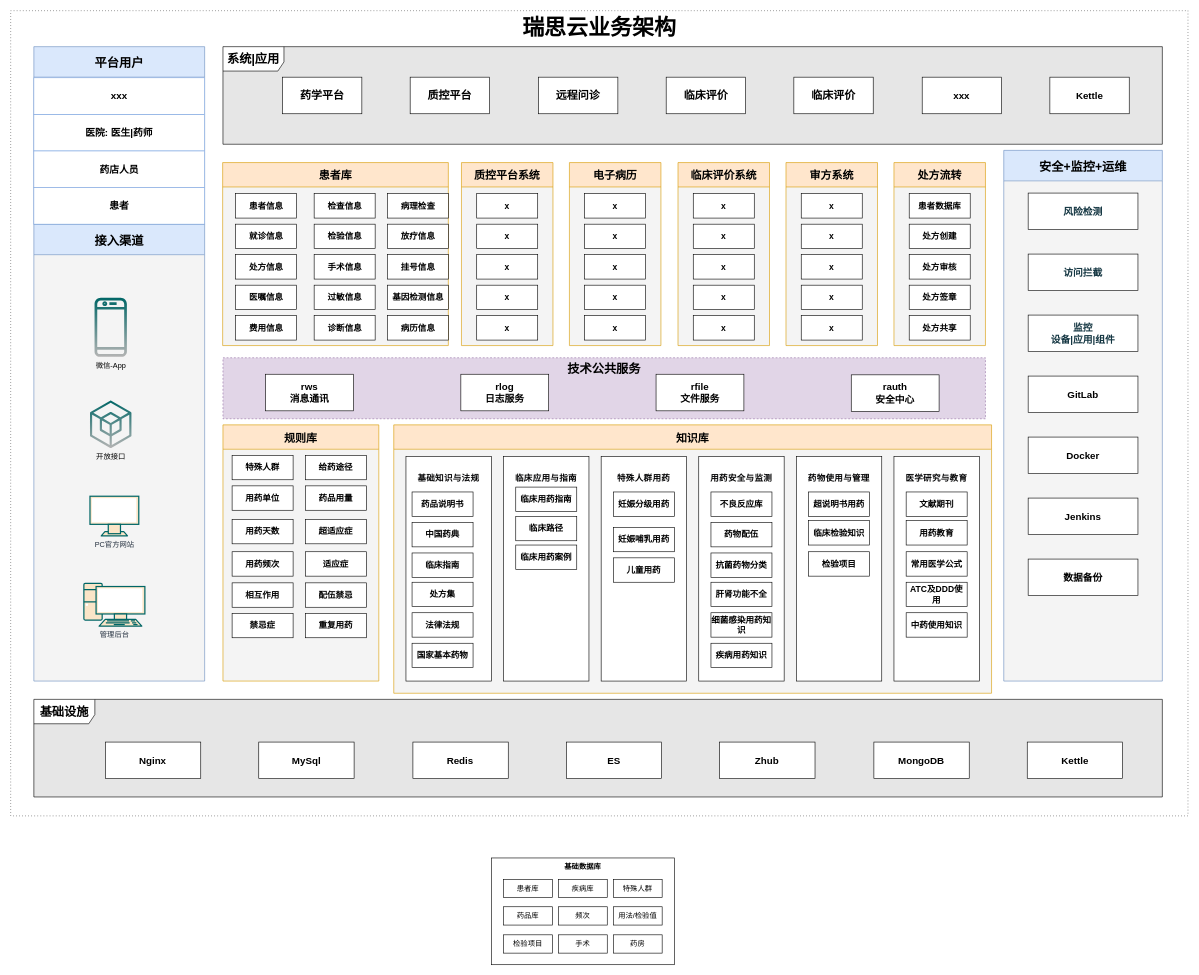
Earlier version of the draw.io diagram 未命名绘图.drawio (tc608/dfile). Source tidied: cells renumbered, new cells numbered last; positions are measured from the earlier drawing's top-left corner, leaving out a move shared by most shapes. Both pictures are drawn from the tidied source at 61%, with x=0, y=0 at pixel (10, 10).
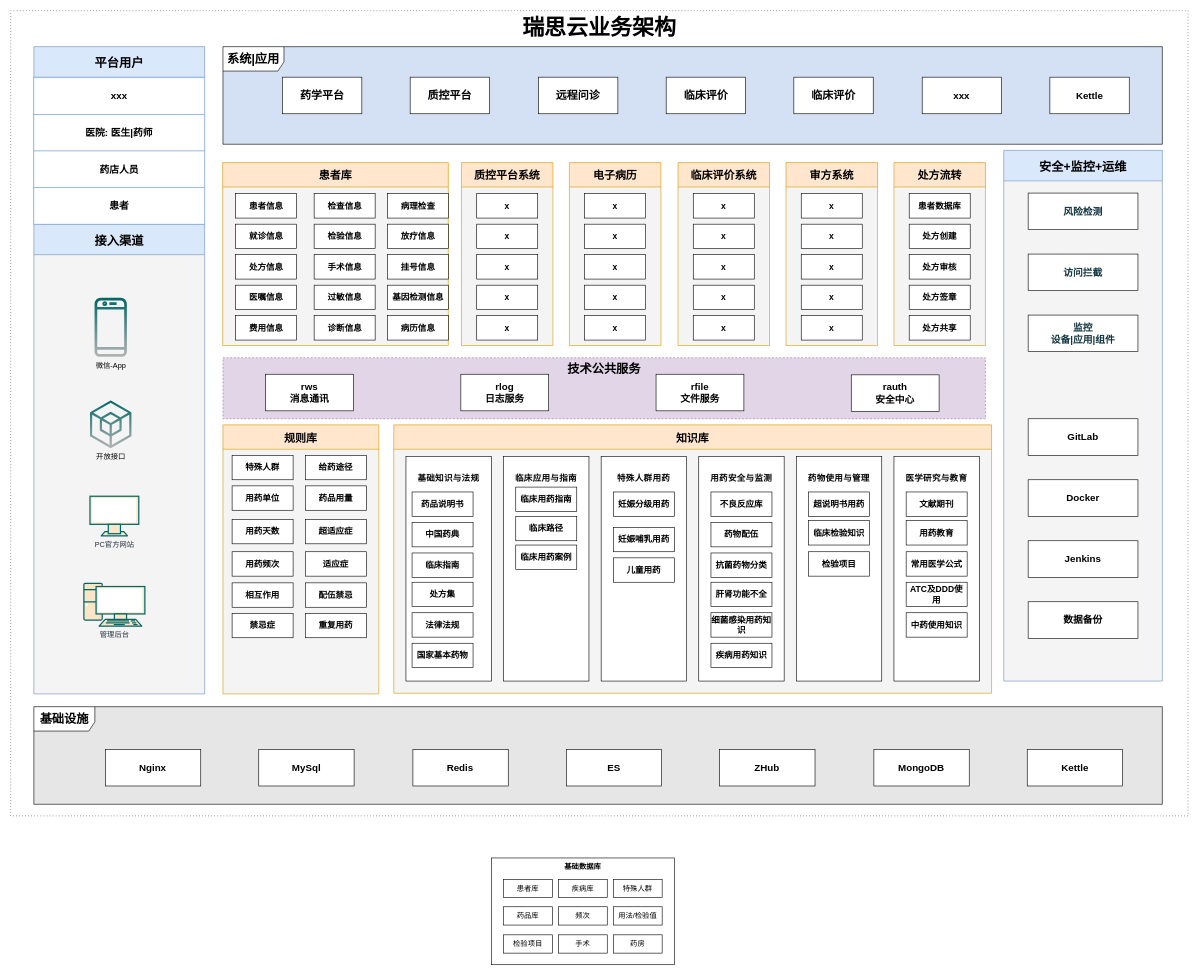
After the change.

Commit message (it also covers changes not shown here):
更新未命名绘图.drawio

Unchanged cells that the change refers to:
```xml
<mxCell id="2" style="group;" parent="1" vertex="1">
  <mxGeometry width="1930" height="1560" as="geometry" />
</mxCell>
<mxCell id="28" style="group;" parent="2" vertex="1">
  <mxGeometry x="348" y="59" width="1540" height="160" as="geometry" />
</mxCell>
<mxCell id="43" style="group;" parent="2" vertex="1">
  <mxGeometry x="1628" y="229" width="260" height="870" as="geometry" />
</mxCell>
<mxCell id="44" value="安全+监控+运维" style="swimlane;fontSize=20;align=center;swimlaneFillColor=#f4f4f4;fillColor=#dae8fc;startSize=50;strokeColor=#6c8ebf;fontStyle=1;" parent="43" vertex="1">
  <mxGeometry width="260" height="870" as="geometry" />
</mxCell>
```

The edit, as a diff of the source:
```diff
@@
     <mxCell id="4" value="接入渠道" style="swimlane;fontSize=20;align=center;swimlaneFillColor=#f4f4f4;fillColor=#dae8fc;startSize=50;strokeColor=#6c8ebf;fontStyle=1;" parent="2" vertex="1">
-      <mxGeometry x="38" y="350" width="280" height="749" as="geometry" />
+      <mxGeometry x="38" y="350" width="280" height="770" as="geometry" />
     </mxCell>
@@
     <mxCell id="19" style="group;" parent="2" vertex="1">
-      <mxGeometry x="38" y="1149" width="1850" height="160" as="geometry" />
+      <mxGeometry x="38" y="1161" width="1850" height="160" as="geometry" />
     </mxCell>
@@
-    <mxCell id="25" value="&lt;b style=&quot;border-color: var(--border-color); font-size: 16px;&quot;&gt;Zhub&lt;/b&gt;" style="whiteSpace=wrap;html=1;fontSize=16;" parent="19" vertex="1">
+    <mxCell id="25" value="&lt;b style=&quot;border-color: var(--border-color); font-size: 16px;&quot;&gt;ZHub&lt;/b&gt;" style="whiteSpace=wrap;html=1;fontSize=16;" parent="19" vertex="1">
       <mxGeometry x="1124.3" y="50" width="156.3" height="60" as="geometry" />
     </mxCell>
@@
-    <mxCell id="29" value="&lt;div style=&quot;text-align: left;&quot;&gt;&lt;b style=&quot;&quot;&gt;&lt;font style=&quot;font-size: 20px;&quot;&gt;系统|应用&lt;/font&gt;&lt;/b&gt;&lt;/div&gt;" style="shape=umlFrame;whiteSpace=wrap;html=1;swimlaneFillColor=#E6E6E6;width=100;height=40;" parent="28" vertex="1">
+    <mxCell id="29" value="&lt;div style=&quot;text-align: left;&quot;&gt;&lt;b style=&quot;&quot;&gt;&lt;font style=&quot;font-size: 20px;&quot;&gt;系统|应用&lt;/font&gt;&lt;/b&gt;&lt;/div&gt;" style="shape=umlFrame;whiteSpace=wrap;html=1;swimlaneFillColor=#D4E1F5;width=100;height=40;" parent="28" vertex="1">
       <mxGeometry width="1540" height="160" as="geometry" />
     </mxCell>
@@
-    <mxCell id="45" value="&lt;font style=&quot;font-size: 16px;&quot;&gt;&lt;span style=&quot;color: rgb(20, 54, 66); font-size: 16px;&quot;&gt;&lt;span style=&quot;font-size: 16px;&quot;&gt;监控&lt;/span&gt;&lt;/span&gt;&lt;br style=&quot;color: rgb(20, 54, 66); font-size: 16px;&quot;&gt;&lt;span style=&quot;color: rgb(20, 54, 66); font-size: 16px;&quot;&gt;设备|应用|组件&lt;/span&gt;&lt;/font&gt;" style="whiteSpace=wrap;html=1;fontSize=16;fontStyle=1;" parent="43" vertex="1">
-      <mxGeometry x="40" y="270" width="180" height="60" as="geometry" />
-    </mxCell>
-    <mxCell id="46" value="&lt;font color=&quot;#143642&quot; style=&quot;font-size: 16px;&quot;&gt;&lt;span style=&quot;font-size: 16px;&quot;&gt;&lt;span style=&quot;font-size: 16px;&quot;&gt;风险检测&lt;br style=&quot;font-size: 16px;&quot;&gt;&lt;/span&gt;&lt;/span&gt;&lt;/font&gt;" style="whiteSpace=wrap;html=1;fontSize=16;fontStyle=1;" parent="43" vertex="1">
-      <mxGeometry x="40" y="70" width="180" height="60" as="geometry" />
-    </mxCell>
-    <mxCell id="47" value="&lt;span style=&quot;color: rgb(20, 54, 66); font-size: 16px;&quot;&gt;&lt;font style=&quot;font-size: 16px;&quot;&gt;&lt;span style=&quot;font-size: 16px;&quot;&gt;访问拦截&lt;/span&gt;&lt;br style=&quot;font-size: 16px;&quot;&gt;&lt;/font&gt;&lt;/span&gt;" style="whiteSpace=wrap;html=1;fontSize=16;fontStyle=1;" parent="43" vertex="1">
-      <mxGeometry x="40" y="170" width="180" height="60" as="geometry" />
-    </mxCell>
-    <mxCell id="48" value="GitLab" style="whiteSpace=wrap;html=1;fontStyle=1;fontSize=16;" parent="43" vertex="1">
-      <mxGeometry x="40" y="370" width="180" height="60" as="geometry" />
+    <mxCell id="48" value="GitLab" style="whiteSpace=wrap;html=1;fontStyle=1;fontSize=16;" parent="44" vertex="1">
+      <mxGeometry x="40" y="440" width="180" height="60" as="geometry" />
     </mxCell>
-    <mxCell id="49" value="Docker" style="whiteSpace=wrap;html=1;fontStyle=1;fontSize=16;" parent="43" vertex="1">
-      <mxGeometry x="40" y="470" width="180" height="60" as="geometry" />
+    <mxCell id="49" value="Docker" style="whiteSpace=wrap;html=1;fontStyle=1;fontSize=16;" parent="44" vertex="1">
+      <mxGeometry x="40" y="540" width="180" height="60" as="geometry" />
     </mxCell>
-    <mxCell id="50" value="Jenkins" style="whiteSpace=wrap;html=1;fontStyle=1;fontSize=16;" parent="43" vertex="1">
-      <mxGeometry x="40" y="570" width="180" height="60" as="geometry" />
+    <mxCell id="50" value="Jenkins" style="whiteSpace=wrap;html=1;fontStyle=1;fontSize=16;" parent="44" vertex="1">
+      <mxGeometry x="40" y="640" width="180" height="60" as="geometry" />
     </mxCell>
-    <mxCell id="51" value="数据备份" style="whiteSpace=wrap;html=1;align=center;rounded=0;shadow=0;glass=0;strokeColor=default;fillColor=default;fontColor=default;verticalAlign=middle;fontFamily=Helvetica;fontSize=16;fontStyle=1;" parent="43" vertex="1">
-      <mxGeometry x="40" y="670" width="180" height="60" as="geometry" />
+    <mxCell id="51" value="数据备份" style="whiteSpace=wrap;html=1;align=center;rounded=0;shadow=0;glass=0;strokeColor=default;fillColor=default;fontColor=default;verticalAlign=middle;fontFamily=Helvetica;fontSize=16;fontStyle=1;" parent="44" vertex="1">
+      <mxGeometry x="40" y="740" width="180" height="60" as="geometry" />
     </mxCell>
+    <mxCell id="45" value="&lt;font style=&quot;font-size: 16px;&quot;&gt;&lt;span style=&quot;color: rgb(20, 54, 66); font-size: 16px;&quot;&gt;&lt;span style=&quot;font-size: 16px;&quot;&gt;监控&lt;/span&gt;&lt;/span&gt;&lt;br style=&quot;color: rgb(20, 54, 66); font-size: 16px;&quot;&gt;&lt;span style=&quot;color: rgb(20, 54, 66); font-size: 16px;&quot;&gt;设备|应用|组件&lt;/span&gt;&lt;/font&gt;" style="whiteSpace=wrap;html=1;fontSize=16;fontStyle=1;" parent="43" vertex="1">
+      <mxGeometry x="40" y="270" width="180" height="60" as="geometry" />
+    </mxCell>
+    <mxCell id="46" value="&lt;font color=&quot;#143642&quot; style=&quot;font-size: 16px;&quot;&gt;&lt;span style=&quot;font-size: 16px;&quot;&gt;&lt;span style=&quot;font-size: 16px;&quot;&gt;风险检测&lt;br style=&quot;font-size: 16px;&quot;&gt;&lt;/span&gt;&lt;/span&gt;&lt;/font&gt;" style="whiteSpace=wrap;html=1;fontSize=16;fontStyle=1;" parent="43" vertex="1">
+      <mxGeometry x="40" y="70" width="180" height="60" as="geometry" />
+    </mxCell>
+    <mxCell id="47" value="&lt;span style=&quot;color: rgb(20, 54, 66); font-size: 16px;&quot;&gt;&lt;font style=&quot;font-size: 16px;&quot;&gt;&lt;span style=&quot;font-size: 16px;&quot;&gt;访问拦截&lt;/span&gt;&lt;br style=&quot;font-size: 16px;&quot;&gt;&lt;/font&gt;&lt;/span&gt;" style="whiteSpace=wrap;html=1;fontSize=16;fontStyle=1;" parent="43" vertex="1">
+      <mxGeometry x="40" y="170" width="180" height="60" as="geometry" />
+    </mxCell>
@@
     <mxCell id="103" value="规则库" style="swimlane;fontSize=18;align=center;swimlaneFillColor=#f4f4f4;fillColor=#ffe6cc;startSize=40;strokeColor=#d79b00;fontStyle=1;" parent="2" vertex="1">
-      <mxGeometry x="348" y="679" width="255.5" height="420" as="geometry" />
+      <mxGeometry x="348" y="679" width="255.5" height="441" as="geometry" />
     </mxCell>
```
